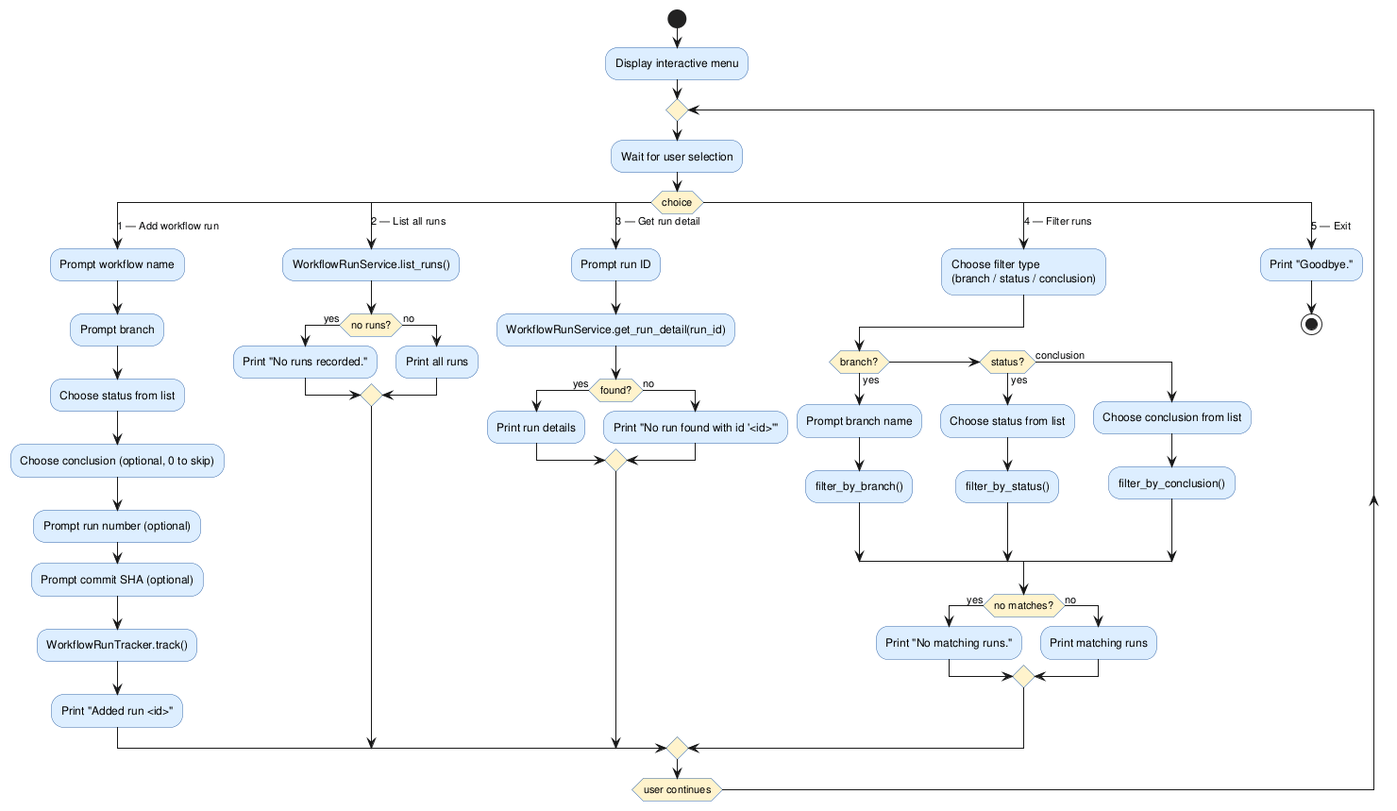
Above: experiments/pipeline/user_stories/github-workflow-manager/artifacts/activity_diagram_interactive.png in DanielRiha8906/Software_autoevolution_using_agents (PlantUML), before the change. Source of this version:
```plantuml
@startuml activity_diagram_interactive

skinparam activityBackgroundColor #DDEEFF
skinparam activityBorderColor     #3366AA
skinparam activityDiamondBackgroundColor #FFF3CC

start

:Display interactive menu;

repeat

  :Wait for user selection;

  switch (choice)

    case (1 — Add workflow run)
      :Prompt workflow name;
      :Prompt branch;
      :Choose status from list;
      :Choose conclusion (optional, 0 to skip);
      :Prompt run number (optional);
      :Prompt commit SHA (optional);
      :WorkflowRunTracker.track();
      :Print "Added run <id>";

    case (2 — List all runs)
      :WorkflowRunService.list_runs();
      if (no runs?) then (yes)
        :Print "No runs recorded.";
      else (no)
        :Print all runs;
      endif

    case (3 — Get run detail)
      :Prompt run ID;
      :WorkflowRunService.get_run_detail(run_id);
      if (found?) then (yes)
        :Print run details;
      else (no)
        :Print "No run found with id '<id>'";
      endif

    case (4 — Filter runs)
      :Choose filter type\n(branch / status / conclusion);
      if (branch?) then (yes)
        :Prompt branch name;
        :filter_by_branch();
      elseif (status?) then (yes)
        :Choose status from list;
        :filter_by_status();
      else (conclusion)
        :Choose conclusion from list;
        :filter_by_conclusion();
      endif
      if (no matches?) then (yes)
        :Print "No matching runs.";
      else (no)
        :Print matching runs;
      endif

    case (5 — Exit)
      :Print "Goodbye.";
      stop

  endswitch

repeat while (user continues)

@enduml
```
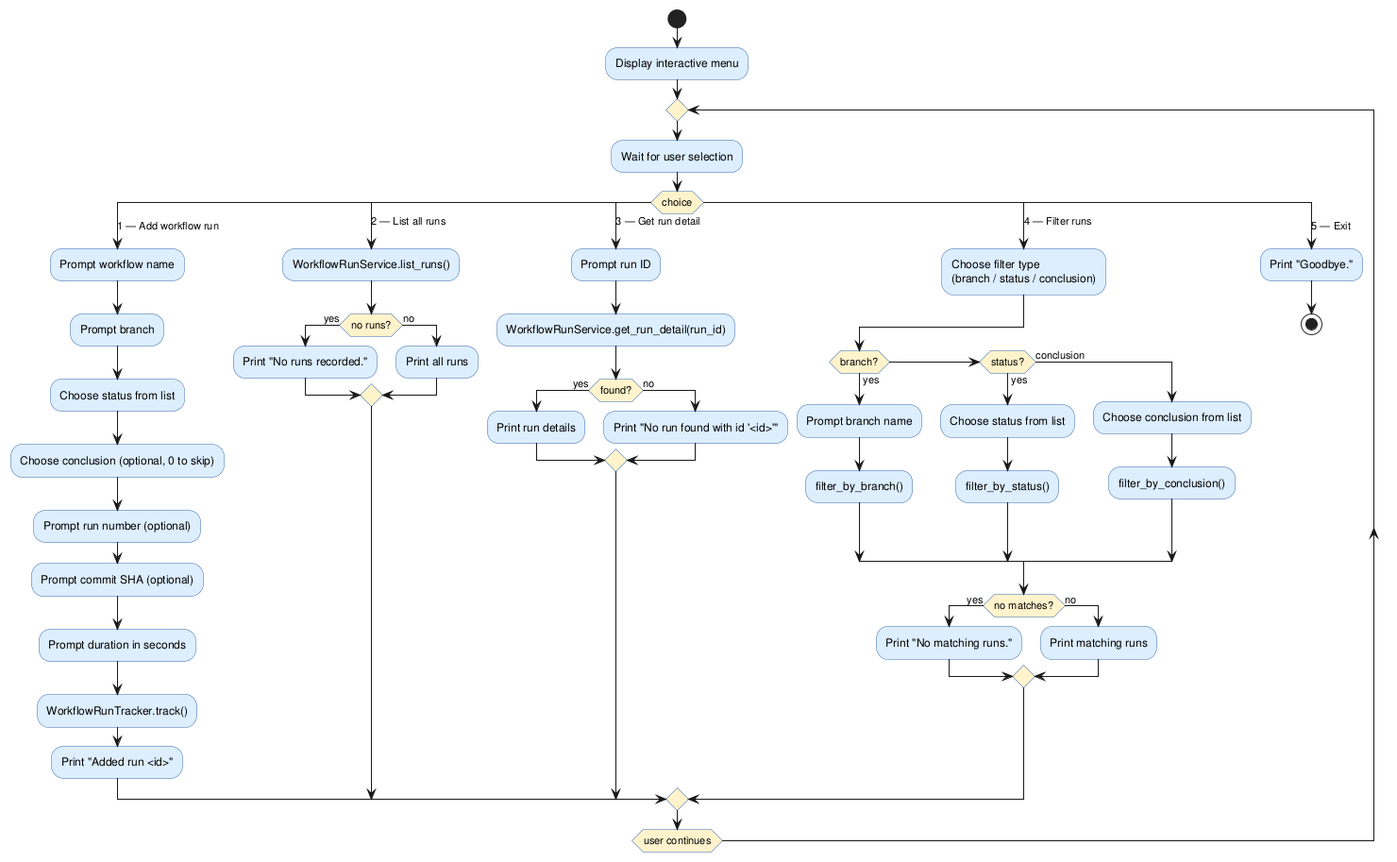
Later version of the same file.

What changed in the source:
```diff
@@ -21,6 +21,7 @@
       :Choose conclusion (optional, 0 to skip);
       :Prompt run number (optional);
       :Prompt commit SHA (optional);
+      :Prompt duration in seconds;
       :WorkflowRunTracker.track();
       :Print "Added run <id>";
 
```
